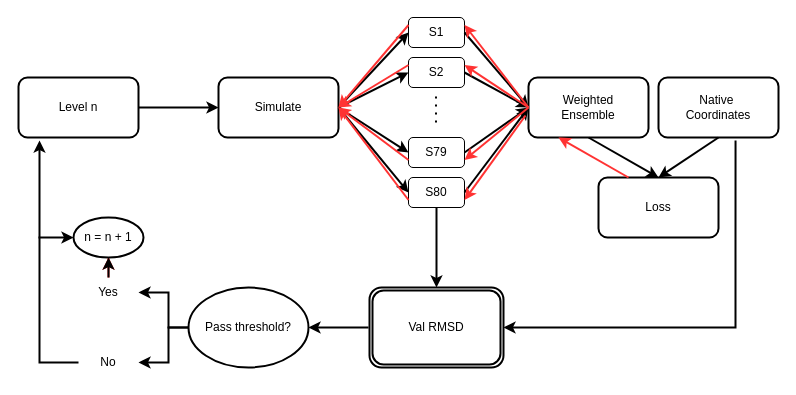
The draw.io diagram Untitled Diagram.drawio in 11carlesnavarro/HealthTrack, before the edit. Source tidied: cells renumbered, new cells numbered last; positions are measured from the earlier drawing's top-left corner, leaving out a move shared by most shapes. Both pictures are drawn from the tidied source at 100%, with x=0, y=0 at pixel (18, 17).
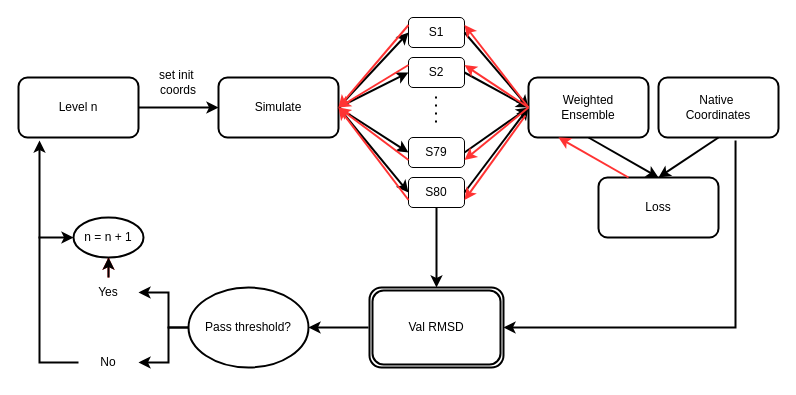
The same diagram, later.

What changed in the source:
```diff
@@
+    <mxCell id="46" value="set init&amp;nbsp;&lt;br&gt;coords" style="text;html=1;strokeColor=none;fillColor=none;align=center;verticalAlign=middle;whiteSpace=wrap;rounded=0;" parent="1" vertex="1">
+      <mxGeometry x="130" y="50" width="60" height="30" as="geometry" />
+    </mxCell>
```
